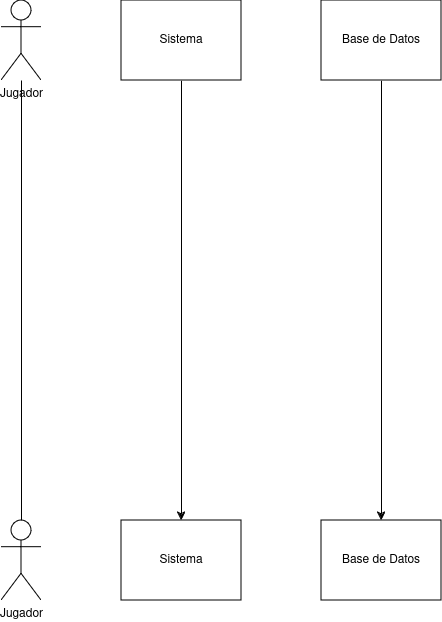
The draw.io diagram Sistema de Videojuegos en Línea.png in eduardosmoralesglez/Creacion-del-diagrama-de-Secuencia, before a commit. Source tidied: cells renumbered, new cells last; positions are measured from the earlier drawing's top-left corner, leaving out a move shared by most shapes. The source it was exported from:
```xml
<mxGraphModel>
  <root>
    <mxCell id="0" />
    <mxCell id="1" parent="0" />
    <mxCell id="2" style="group;" parent="1" vertex="1">
      <mxGeometry width="40" height="600" as="geometry" />
    </mxCell>
    <mxCell id="3" style="edgeStyle=orthogonalEdgeStyle;rounded=0;jettySize=auto;html=1;endArrow=none;startFill=0;" parent="2" edge="1" source="4" target="5">
      <mxGeometry relative="1" as="geometry" />
    </mxCell>
    <mxCell id="4" value="Jugador" style="shape=umlActor;verticalLabelPosition=bottom;verticalAlign=top;html=1;" parent="2" vertex="1">
      <mxGeometry width="40" height="80" as="geometry" />
    </mxCell>
    <mxCell id="5" value="Jugador" style="shape=umlActor;verticalLabelPosition=bottom;verticalAlign=top;html=1;" parent="2" vertex="1">
      <mxGeometry y="520" width="40" height="80" as="geometry" />
    </mxCell>
    <mxCell id="6" style="group;" parent="1" vertex="1">
      <mxGeometry x="120" width="120" height="600" as="geometry" />
    </mxCell>
    <mxCell id="7" style="edgeStyle=orthogonalEdgeStyle;rounded=0;jettySize=auto;html=1;" parent="6" edge="1" source="8" target="9">
      <mxGeometry relative="1" as="geometry" />
    </mxCell>
    <mxCell id="8" value="Sistema" style="html=1;whiteSpace=wrap;" parent="6" vertex="1">
      <mxGeometry width="120" height="80" as="geometry" />
    </mxCell>
    <mxCell id="9" value="Sistema" style="html=1;whiteSpace=wrap;" parent="6" vertex="1">
      <mxGeometry y="520" width="120" height="80" as="geometry" />
    </mxCell>
    <mxCell id="10" style="group;" parent="1" vertex="1">
      <mxGeometry x="320" width="120" height="600" as="geometry" />
    </mxCell>
    <mxCell id="11" style="edgeStyle=orthogonalEdgeStyle;rounded=0;jettySize=auto;html=1;" parent="10" edge="1" source="12" target="13">
      <mxGeometry relative="1" as="geometry" />
    </mxCell>
    <mxCell id="12" value="Base de Datos" style="html=1;whiteSpace=wrap;" parent="10" vertex="1">
      <mxGeometry width="120" height="80" as="geometry" />
    </mxCell>
    <mxCell id="13" value="Base de Datos" style="html=1;whiteSpace=wrap;" parent="10" vertex="1">
      <mxGeometry y="520" width="120" height="80" as="geometry" />
    </mxCell>
  </root>
</mxGraphModel>
```
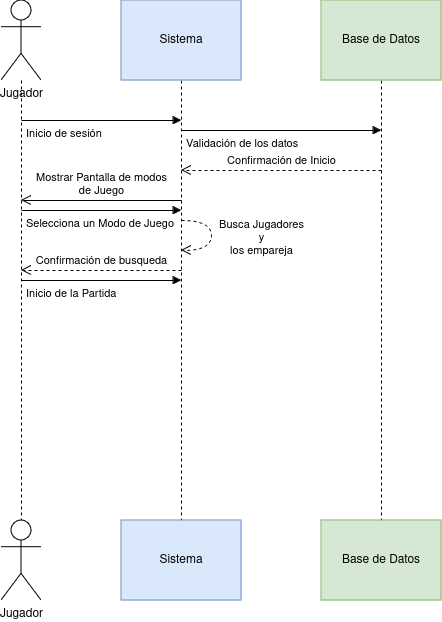
The same diagram one commit later.

The edit, as a diff of the source:
```diff
@@ -5,7 +5,7 @@
     <mxCell id="2" style="group;" parent="1" vertex="1">
       <mxGeometry width="40" height="600" as="geometry" />
     </mxCell>
-    <mxCell id="3" style="edgeStyle=orthogonalEdgeStyle;rounded=0;jettySize=auto;html=1;endArrow=none;startFill=0;" parent="2" edge="1" source="4" target="5">
+    <mxCell id="3" style="edgeStyle=orthogonalEdgeStyle;rounded=0;jettySize=auto;html=1;endArrow=none;startFill=0;dashed=1;" parent="2" edge="1" source="4" target="5">
       <mxGeometry relative="1" as="geometry" />
     </mxCell>
     <mxCell id="4" value="Jugador" style="shape=umlActor;verticalLabelPosition=bottom;verticalAlign=top;html=1;" parent="2" vertex="1">
@@ -14,29 +14,82 @@
     <mxCell id="5" value="Jugador" style="shape=umlActor;verticalLabelPosition=bottom;verticalAlign=top;html=1;" parent="2" vertex="1">
       <mxGeometry y="520" width="40" height="80" as="geometry" />
     </mxCell>
-    <mxCell id="6" style="group;" parent="1" vertex="1">
+    <mxCell id="6" style="group;fillColor=none;" parent="1" vertex="1">
       <mxGeometry x="120" width="120" height="600" as="geometry" />
     </mxCell>
-    <mxCell id="7" style="edgeStyle=orthogonalEdgeStyle;rounded=0;jettySize=auto;html=1;" parent="6" edge="1" source="8" target="9">
+    <mxCell id="7" style="edgeStyle=orthogonalEdgeStyle;rounded=0;jettySize=auto;html=1;endArrow=none;startFill=0;dashed=1;" parent="6" edge="1" source="8" target="9">
       <mxGeometry relative="1" as="geometry" />
     </mxCell>
-    <mxCell id="8" value="Sistema" style="html=1;whiteSpace=wrap;" parent="6" vertex="1">
+    <mxCell id="8" value="Sistema" style="html=1;whiteSpace=wrap;fillColor=#dae8fc;strokeColor=#6c8ebf;" parent="6" vertex="1">
       <mxGeometry width="120" height="80" as="geometry" />
     </mxCell>
-    <mxCell id="9" value="Sistema" style="html=1;whiteSpace=wrap;" parent="6" vertex="1">
+    <mxCell id="9" value="Sistema" style="html=1;whiteSpace=wrap;fillColor=#dae8fc;strokeColor=#6c8ebf;" parent="6" vertex="1">
       <mxGeometry y="520" width="120" height="80" as="geometry" />
     </mxCell>
+    <mxCell id="14" value="&amp;nbsp;Selecciona un Modo de Juego" style="endArrow=block;endFill=1;html=1;edgeStyle=orthogonalEdgeStyle;align=left;verticalAlign=top;rounded=0;" parent="6" edge="1">
+      <mxGeometry x="-1" relative="1" as="geometry">
+        <mxPoint x="-100" y="210" as="sourcePoint" />
+        <mxPoint x="60" y="210" as="targetPoint" />
+      </mxGeometry>
+    </mxCell>
+    <mxCell id="15" value="&lt;div&gt;Busca Jugadores &lt;br&gt;&lt;/div&gt;&lt;div&gt;y&lt;/div&gt;&lt;div&gt;los empareja&lt;br&gt;&lt;/div&gt;" style="html=1;verticalAlign=bottom;endArrow=open;dashed=1;endSize=8;curved=1;rounded=0;fillColor=none;" parent="6" edge="1">
+      <mxGeometry x="0.33" y="51" relative="1" as="geometry">
+        <mxPoint x="60" y="220" as="sourcePoint" />
+        <mxPoint x="60" y="250" as="targetPoint" />
+        <Array as="points">
+          <mxPoint x="90" y="220" />
+          <mxPoint x="90" y="250" />
+        </Array>
+        <mxPoint x="50" y="-41" as="offset" />
+      </mxGeometry>
+    </mxCell>
+    <mxCell id="16" value="Confirmación de busqueda" style="html=1;verticalAlign=bottom;endArrow=open;dashed=1;endSize=8;curved=0;rounded=0;" parent="6" edge="1">
+      <mxGeometry relative="1" as="geometry">
+        <mxPoint x="60" y="270" as="sourcePoint" />
+        <mxPoint x="-100" y="270" as="targetPoint" />
+      </mxGeometry>
+    </mxCell>
+    <mxCell id="17" value="&amp;nbsp;Inicio de la Partida" style="endArrow=block;endFill=1;html=1;edgeStyle=orthogonalEdgeStyle;align=left;verticalAlign=top;rounded=0;" parent="6" edge="1">
+      <mxGeometry x="-1" relative="1" as="geometry">
+        <mxPoint x="-100" y="280" as="sourcePoint" />
+        <mxPoint x="60" y="280" as="targetPoint" />
+      </mxGeometry>
+    </mxCell>
     <mxCell id="10" style="group;" parent="1" vertex="1">
       <mxGeometry x="320" width="120" height="600" as="geometry" />
     </mxCell>
-    <mxCell id="11" style="edgeStyle=orthogonalEdgeStyle;rounded=0;jettySize=auto;html=1;" parent="10" edge="1" source="12" target="13">
+    <mxCell id="11" style="edgeStyle=orthogonalEdgeStyle;rounded=0;jettySize=auto;html=1;endArrow=none;startFill=0;dashed=1;" parent="10" edge="1" source="12" target="13">
       <mxGeometry relative="1" as="geometry" />
     </mxCell>
-    <mxCell id="12" value="Base de Datos" style="html=1;whiteSpace=wrap;" parent="10" vertex="1">
+    <mxCell id="12" value="Base de Datos" style="html=1;whiteSpace=wrap;fillColor=#d5e8d4;strokeColor=#82b366;" parent="10" vertex="1">
       <mxGeometry width="120" height="80" as="geometry" />
     </mxCell>
-    <mxCell id="13" value="Base de Datos" style="html=1;whiteSpace=wrap;" parent="10" vertex="1">
+    <mxCell id="13" value="Base de Datos" style="html=1;whiteSpace=wrap;fillColor=#d5e8d4;strokeColor=#82b366;" parent="10" vertex="1">
       <mxGeometry y="520" width="120" height="80" as="geometry" />
     </mxCell>
+    <mxCell id="18" value="&amp;nbsp;Inicio de sesión" style="endArrow=block;endFill=1;html=1;edgeStyle=orthogonalEdgeStyle;align=left;verticalAlign=top;rounded=0;" parent="1" edge="1">
+      <mxGeometry x="-1" relative="1" as="geometry">
+        <mxPoint x="20" y="120" as="sourcePoint" />
+        <mxPoint x="180" y="120" as="targetPoint" />
+      </mxGeometry>
+    </mxCell>
+    <mxCell id="19" value="&amp;nbsp;Validación de los datos" style="endArrow=block;endFill=1;html=1;edgeStyle=orthogonalEdgeStyle;align=left;verticalAlign=top;rounded=0;" parent="1" edge="1">
+      <mxGeometry x="-1" relative="1" as="geometry">
+        <mxPoint x="180" y="130" as="sourcePoint" />
+        <mxPoint x="380" y="130" as="targetPoint" />
+      </mxGeometry>
+    </mxCell>
+    <mxCell id="20" value="Confirmación de Inicio" style="html=1;verticalAlign=bottom;endArrow=open;dashed=1;endSize=8;curved=0;rounded=0;" parent="1" edge="1">
+      <mxGeometry relative="1" as="geometry">
+        <mxPoint x="380" y="170" as="sourcePoint" />
+        <mxPoint x="180" y="170" as="targetPoint" />
+      </mxGeometry>
+    </mxCell>
+    <mxCell id="21" value="&lt;div&gt;Mostrar Pantalla de modos&lt;/div&gt;&lt;div&gt;de Juego&lt;br&gt;&lt;/div&gt;" style="html=1;verticalAlign=bottom;endArrow=open;endSize=8;curved=0;rounded=0;" parent="1" edge="1">
+      <mxGeometry relative="1" as="geometry">
+        <mxPoint x="180" y="200" as="sourcePoint" />
+        <mxPoint x="20" y="200" as="targetPoint" />
+      </mxGeometry>
+    </mxCell>
   </root>
 </mxGraphModel>
```
